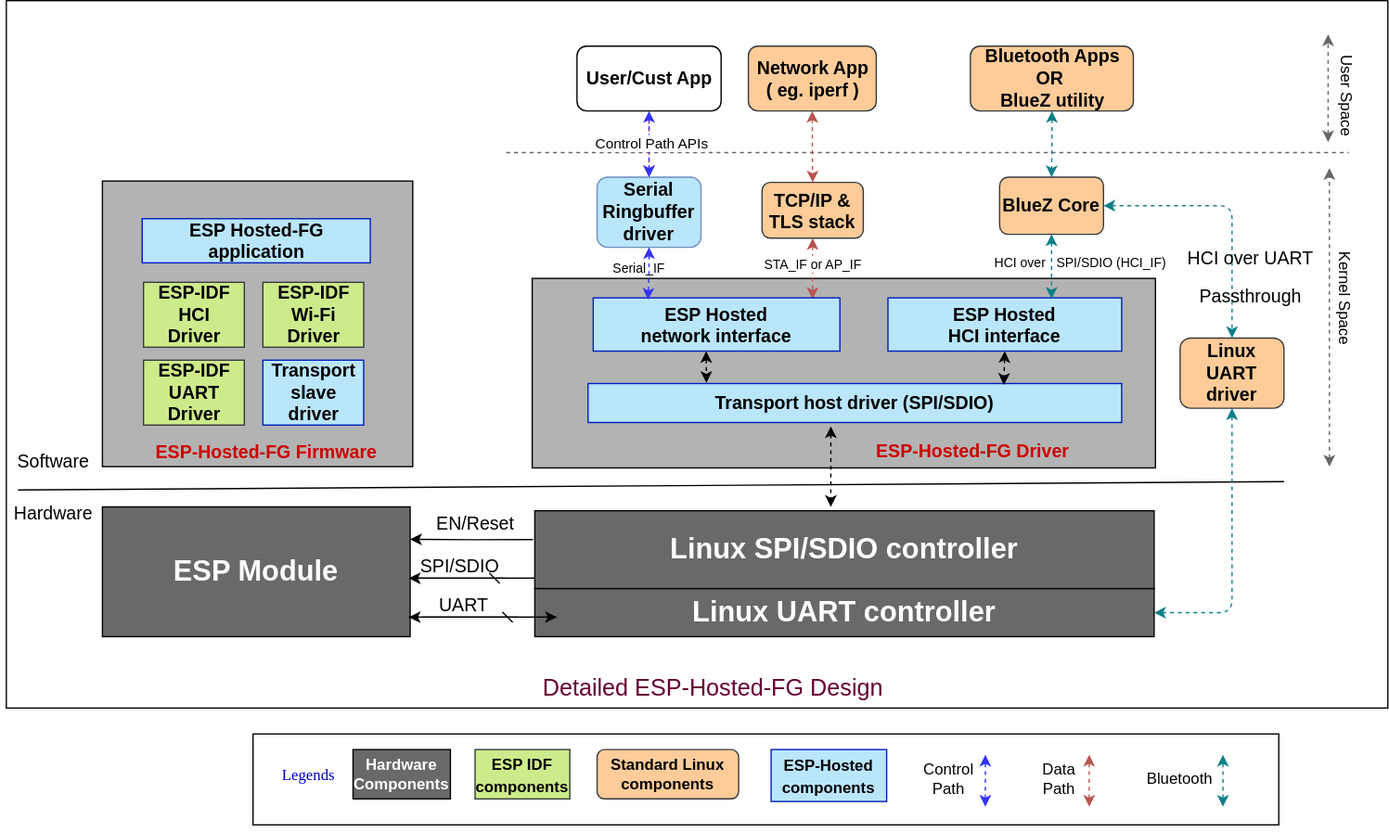
Above: esp_hosted_fg/docs/Linux_based_host/linux_hosted_design.svg in espressif/esp-hosted (draw.io), before the change. Source tidied: cells renumbered, new cells last; positions are measured from the earlier drawing's top-left corner, leaving out a move shared by most shapes.
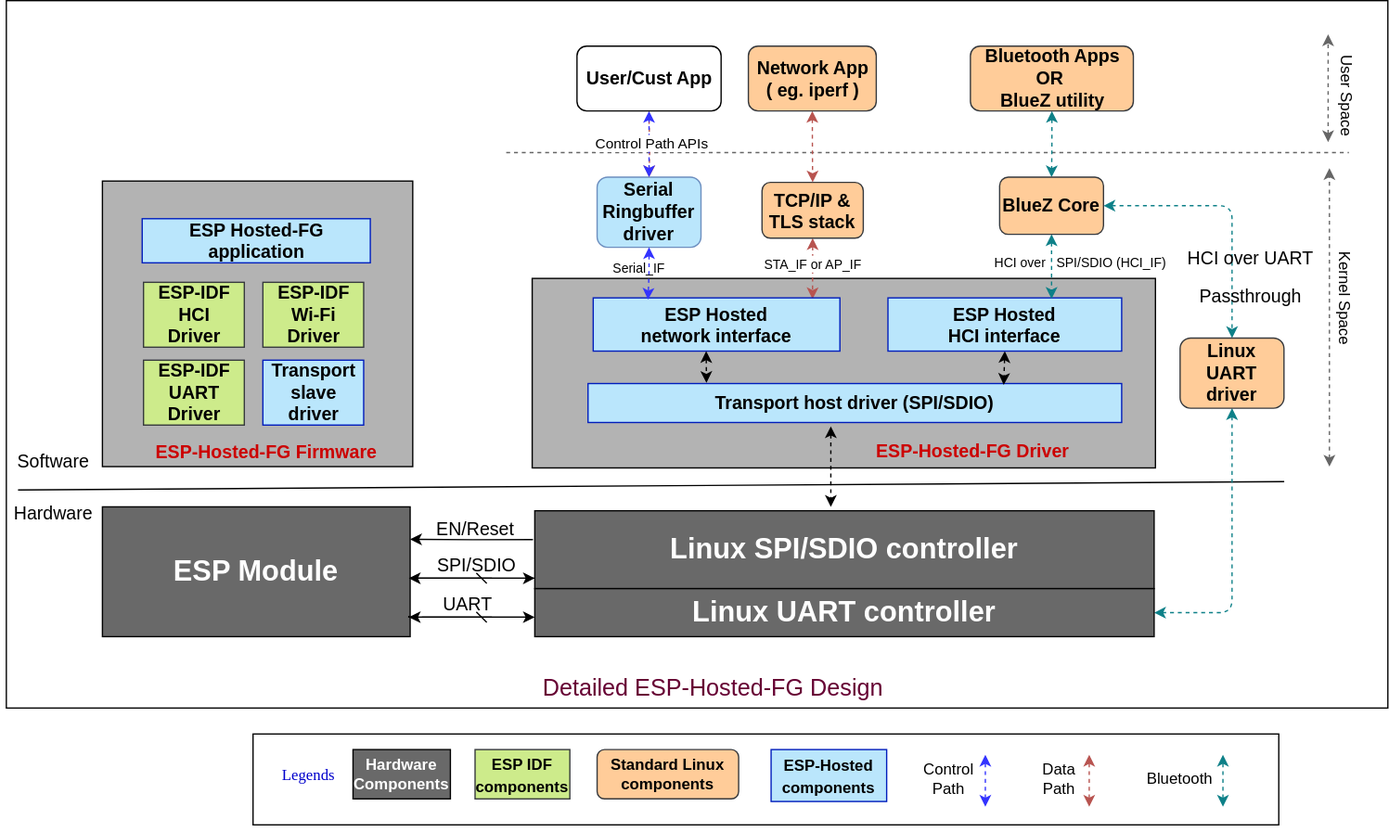
After the change.

The edit, as a diff of the source:
```diff
@@ -17,7 +17,7 @@
     <mxCell id="5" style="edgeStyle=orthogonalEdgeStyle;rounded=0;orthogonalLoop=1;jettySize=auto;html=1;exitX=1;exitY=0.75;exitDx=0;exitDy=0;fontSize=14;fontColor=#000000;startArrow=none;startFill=0;endArrow=dash;endFill=0;" parent="1" edge="1">
       <mxGeometry relative="1" as="geometry">
         <mxPoint x="314" y="445" as="sourcePoint" />
-        <mxPoint x="388" y="445" as="targetPoint" />
+        <mxPoint x="378" y="445" as="targetPoint" />
       </mxGeometry>
     </mxCell>
     <mxCell id="6" value="&lt;font size=&quot;1&quot; style=&quot;&quot; color=&quot;#ffffff&quot;&gt;&lt;b style=&quot;font-size: 22px;&quot;&gt;ESP Module&lt;/b&gt;&lt;/font&gt;" style="rounded=0;whiteSpace=wrap;html=1;fillColor=#696969;gradientColor=none;" parent="1" vertex="1">
@@ -28,22 +28,22 @@
     </mxCell>
     <mxCell id="8" value="&lt;font style=&quot;font-size: 14px&quot;&gt;EN/Reset&lt;/font&gt;" style="edgeLabel;html=1;align=center;verticalAlign=middle;fontSize=24;fontColor=#000000;labelBackgroundColor=none;" parent="7" vertex="1">
       <mxGeometry x="0.23" y="2" relative="1" as="geometry">
-        <mxPoint x="13" y="-18" as="offset" />
+        <mxPoint x="13" y="-14" as="offset" />
       </mxGeometry>
     </mxCell>
-    <mxCell id="9" style="edgeStyle=orthogonalEdgeStyle;rounded=0;orthogonalLoop=1;jettySize=auto;html=1;exitX=0;exitY=0.75;exitDx=0;exitDy=0;entryX=1;entryY=0.75;entryDx=0;entryDy=0;fontSize=14;fontColor=#000000;startArrow=none;startFill=0;endArrow=classic;endFill=1;" parent="1" edge="1">
+    <mxCell id="9" style="edgeStyle=orthogonalEdgeStyle;rounded=0;orthogonalLoop=1;jettySize=auto;html=1;entryX=1;entryY=0.75;entryDx=0;entryDy=0;fontSize=14;fontColor=#000000;startArrow=none;startFill=0;endArrow=classic;endFill=1;" parent="1" edge="1">
       <mxGeometry relative="1" as="geometry">
-        <mxPoint x="428" y="445" as="sourcePoint" />
+        <mxPoint x="368" y="445" as="sourcePoint" />
         <mxPoint x="314" y="445" as="targetPoint" />
         <Array as="points">
-          <mxPoint x="398" y="445" />
-          <mxPoint x="398" y="445" />
+          <mxPoint x="348" y="445" />
+          <mxPoint x="348" y="445" />
         </Array>
       </mxGeometry>
     </mxCell>
     <mxCell id="10" value="SPI/SDIO" style="edgeLabel;html=1;align=center;verticalAlign=middle;fontSize=14;fontColor=#000000;labelBackgroundColor=none;" parent="9" vertex="1">
       <mxGeometry x="0.18" y="4" relative="1" as="geometry">
-        <mxPoint x="-9" y="-14" as="offset" />
+        <mxPoint x="29" y="-15" as="offset" />
       </mxGeometry>
     </mxCell>
     <mxCell id="11" value="&lt;font size=&quot;1&quot; style=&quot;&quot; color=&quot;#ffffff&quot;&gt;&lt;b style=&quot;font-size: 22px;&quot;&gt;Linux SPI/SDIO controller&lt;/b&gt;&lt;/font&gt;" style="rounded=0;whiteSpace=wrap;html=1;fillColor=#696969;" parent="1" vertex="1">
@@ -189,9 +189,9 @@
     <mxCell id="48" value="&lt;font size=&quot;1&quot; style=&quot;&quot; color=&quot;#ffffff&quot;&gt;&lt;b style=&quot;font-size: 22px;&quot;&gt;Linux UART controller&lt;/b&gt;&lt;/font&gt;" style="rounded=0;whiteSpace=wrap;html=1;fillColor=#696969;" parent="1" vertex="1">
       <mxGeometry x="411" y="453" width="477" height="37" as="geometry" />
     </mxCell>
-    <mxCell id="49" style="edgeStyle=orthogonalEdgeStyle;rounded=0;orthogonalLoop=1;jettySize=auto;html=1;exitX=0;exitY=0.75;exitDx=0;exitDy=0;entryX=1;entryY=0.75;entryDx=0;entryDy=0;fontSize=14;fontColor=#000000;startArrow=none;startFill=0;endArrow=classic;endFill=1;" parent="1" edge="1">
+    <mxCell id="49" style="edgeStyle=orthogonalEdgeStyle;rounded=0;orthogonalLoop=1;jettySize=auto;html=1;entryX=1;entryY=0.75;entryDx=0;entryDy=0;fontSize=14;fontColor=#000000;startArrow=none;startFill=0;endArrow=classic;endFill=1;" parent="1" edge="1">
       <mxGeometry relative="1" as="geometry">
-        <mxPoint x="428" y="475" as="sourcePoint" />
+        <mxPoint x="408" y="475" as="sourcePoint" />
         <mxPoint x="314" y="475" as="targetPoint" />
         <Array as="points">
           <mxPoint x="398" y="475" />
@@ -201,19 +201,22 @@
     </mxCell>
     <mxCell id="50" value="UART" style="edgeLabel;html=1;align=center;verticalAlign=middle;fontSize=14;fontColor=#000000;labelBackgroundColor=none;" parent="49" vertex="1">
       <mxGeometry x="0.18" y="4" relative="1" as="geometry">
-        <mxPoint x="-6" y="-14" as="offset" />
+        <mxPoint x="5" y="-15" as="offset" />
       </mxGeometry>
     </mxCell>
-    <mxCell id="51" style="edgeStyle=orthogonalEdgeStyle;rounded=0;orthogonalLoop=1;jettySize=auto;html=1;exitX=1;exitY=0.75;exitDx=0;exitDy=0;entryX=0;entryY=0.75;entryDx=0;entryDy=0;fontSize=14;fontColor=#000000;startArrow=none;startFill=0;endArrow=classic;endFill=1;" parent="1" edge="1">
+    <mxCell id="51" style="edgeStyle=orthogonalEdgeStyle;rounded=0;orthogonalLoop=1;jettySize=auto;html=1;exitX=1;exitY=0.75;exitDx=0;exitDy=0;fontSize=14;fontColor=#000000;startArrow=none;startFill=0;endArrow=classic;endFill=1;" parent="1" edge="1">
       <mxGeometry relative="1" as="geometry">
-        <mxPoint x="314" y="475" as="sourcePoint" />
-        <mxPoint x="428" y="475" as="targetPoint" />
+        <mxPoint x="314" y="474" as="sourcePoint" />
+        <mxPoint x="411" y="475" as="targetPoint" />
+        <Array as="points">
+          <mxPoint x="314" y="475" />
+        </Array>
       </mxGeometry>
     </mxCell>
     <mxCell id="52" style="edgeStyle=orthogonalEdgeStyle;rounded=0;orthogonalLoop=1;jettySize=auto;html=1;exitX=1;exitY=0.75;exitDx=0;exitDy=0;fontSize=14;fontColor=#000000;startArrow=none;startFill=0;endArrow=dash;endFill=0;" parent="1" edge="1">
       <mxGeometry relative="1" as="geometry">
         <mxPoint x="324" y="475" as="sourcePoint" />
-        <mxPoint x="398" y="475" as="targetPoint" />
+        <mxPoint x="378" y="475" as="targetPoint" />
       </mxGeometry>
     </mxCell>
     <mxCell id="53" style="group;" parent="1" vertex="1">
@@ -306,5 +309,14 @@
     <mxCell id="75" value="&lt;b&gt;User/Cust App&lt;/b&gt;" style="rounded=1;whiteSpace=wrap;html=1;labelBackgroundColor=none;sketch=0;fontSize=14;" parent="1" vertex="1">
       <mxGeometry x="443.5" y="35" width="111" height="50" as="geometry" />
     </mxCell>
+    <mxCell id="76" style="edgeStyle=orthogonalEdgeStyle;rounded=0;orthogonalLoop=1;jettySize=auto;html=1;fontSize=14;fontColor=#000000;startArrow=none;startFill=0;endArrow=classic;endFill=1;" parent="1" edge="1">
+      <mxGeometry relative="1" as="geometry">
+        <mxPoint x="367" y="445" as="sourcePoint" />
+        <mxPoint x="411" y="445" as="targetPoint" />
+        <Array as="points">
+          <mxPoint x="371" y="445" />
+        </Array>
+      </mxGeometry>
+    </mxCell>
   </root>
 </mxGraphModel>
```
